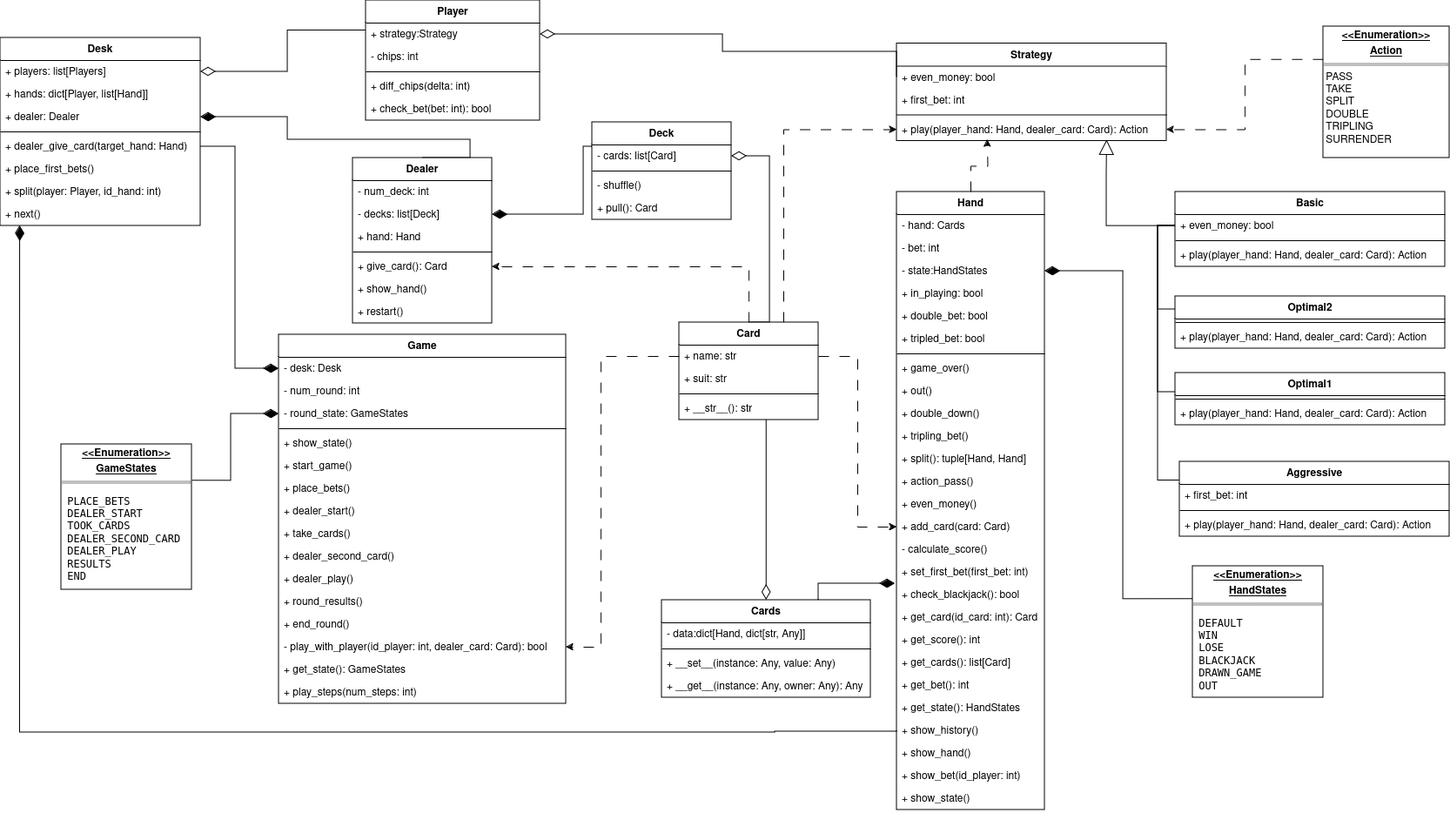
Earlier version of the draw.io export project/game/docs/UML.png (maxscherbakov/spbu-python-course). Source tidied: cells renumbered, new cells last; positions are measured from the earlier drawing's top-left corner, leaving out a move shared by most shapes.
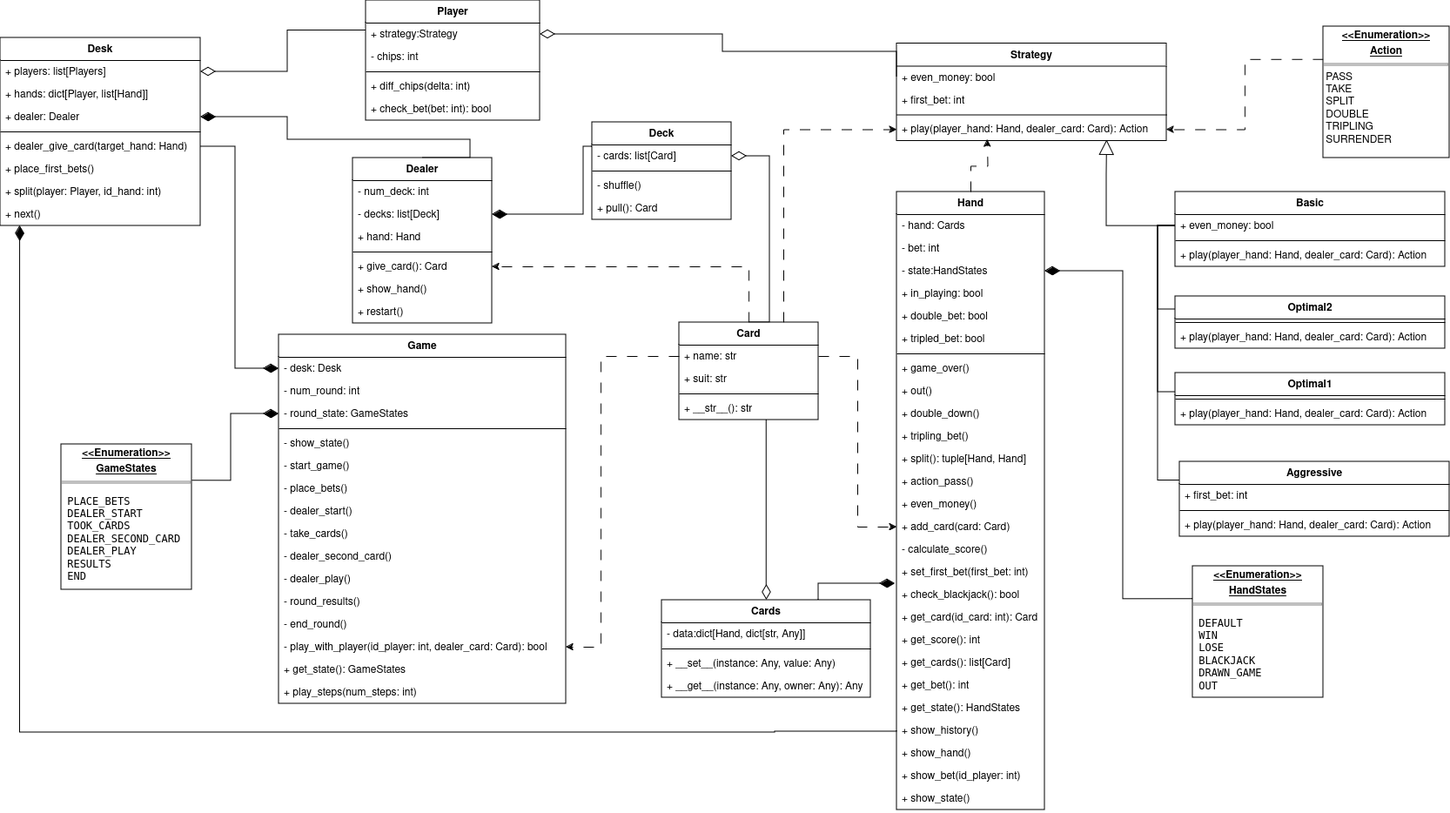
Above is the later version.

Commit message:
made class methods private

The edit, as a diff of the source:
```diff
@@ -275,31 +275,31 @@
     <mxCell id="84" style="line;strokeWidth=1;fillColor=none;align=left;verticalAlign=middle;spacingTop=-1;spacingLeft=3;spacingRight=3;labelPosition=right;strokeColor=inherit;" parent="80" vertex="1">
       <mxGeometry y="104" width="330" height="8" as="geometry" />
     </mxCell>
-    <mxCell id="85" value="+ show_state()" style="text;strokeColor=none;fillColor=none;align=left;verticalAlign=top;spacingLeft=4;spacingRight=4;overflow=hidden;whiteSpace=wrap;html=1;" parent="80" vertex="1">
+    <mxCell id="85" value="- show_state()" style="text;strokeColor=none;fillColor=none;align=left;verticalAlign=top;spacingLeft=4;spacingRight=4;overflow=hidden;whiteSpace=wrap;html=1;" parent="80" vertex="1">
       <mxGeometry y="112" width="330" height="26" as="geometry" />
     </mxCell>
-    <mxCell id="86" value="+ start_game()" style="text;strokeColor=none;fillColor=none;align=left;verticalAlign=top;spacingLeft=4;spacingRight=4;overflow=hidden;whiteSpace=wrap;html=1;" parent="80" vertex="1">
+    <mxCell id="86" value="- start_game()" style="text;strokeColor=none;fillColor=none;align=left;verticalAlign=top;spacingLeft=4;spacingRight=4;overflow=hidden;whiteSpace=wrap;html=1;" parent="80" vertex="1">
       <mxGeometry y="138" width="330" height="26" as="geometry" />
     </mxCell>
-    <mxCell id="87" value="+ place_bets()" style="text;strokeColor=none;fillColor=none;align=left;verticalAlign=top;spacingLeft=4;spacingRight=4;overflow=hidden;whiteSpace=wrap;html=1;" parent="80" vertex="1">
+    <mxCell id="87" value="- place_bets()" style="text;strokeColor=none;fillColor=none;align=left;verticalAlign=top;spacingLeft=4;spacingRight=4;overflow=hidden;whiteSpace=wrap;html=1;" parent="80" vertex="1">
       <mxGeometry y="164" width="330" height="26" as="geometry" />
     </mxCell>
-    <mxCell id="88" value="+ dealer_start()" style="text;strokeColor=none;fillColor=none;align=left;verticalAlign=top;spacingLeft=4;spacingRight=4;overflow=hidden;whiteSpace=wrap;html=1;" parent="80" vertex="1">
+    <mxCell id="88" value="- dealer_start()" style="text;strokeColor=none;fillColor=none;align=left;verticalAlign=top;spacingLeft=4;spacingRight=4;overflow=hidden;whiteSpace=wrap;html=1;" parent="80" vertex="1">
       <mxGeometry y="190" width="330" height="26" as="geometry" />
     </mxCell>
-    <mxCell id="89" value="+ take_cards()" style="text;strokeColor=none;fillColor=none;align=left;verticalAlign=top;spacingLeft=4;spacingRight=4;overflow=hidden;whiteSpace=wrap;html=1;" parent="80" vertex="1">
+    <mxCell id="89" value="- take_cards()" style="text;strokeColor=none;fillColor=none;align=left;verticalAlign=top;spacingLeft=4;spacingRight=4;overflow=hidden;whiteSpace=wrap;html=1;" parent="80" vertex="1">
       <mxGeometry y="216" width="330" height="26" as="geometry" />
     </mxCell>
-    <mxCell id="90" value="+ dealer_second_card()" style="text;strokeColor=none;fillColor=none;align=left;verticalAlign=top;spacingLeft=4;spacingRight=4;overflow=hidden;whiteSpace=wrap;html=1;" parent="80" vertex="1">
+    <mxCell id="90" value="- dealer_second_card()" style="text;strokeColor=none;fillColor=none;align=left;verticalAlign=top;spacingLeft=4;spacingRight=4;overflow=hidden;whiteSpace=wrap;html=1;" parent="80" vertex="1">
       <mxGeometry y="242" width="330" height="26" as="geometry" />
     </mxCell>
-    <mxCell id="91" value="+ dealer_play()" style="text;strokeColor=none;fillColor=none;align=left;verticalAlign=top;spacingLeft=4;spacingRight=4;overflow=hidden;whiteSpace=wrap;html=1;" parent="80" vertex="1">
+    <mxCell id="91" value="- dealer_play()" style="text;strokeColor=none;fillColor=none;align=left;verticalAlign=top;spacingLeft=4;spacingRight=4;overflow=hidden;whiteSpace=wrap;html=1;" parent="80" vertex="1">
       <mxGeometry y="268" width="330" height="26" as="geometry" />
     </mxCell>
-    <mxCell id="92" value="+ round_results()" style="text;strokeColor=none;fillColor=none;align=left;verticalAlign=top;spacingLeft=4;spacingRight=4;overflow=hidden;whiteSpace=wrap;html=1;" parent="80" vertex="1">
+    <mxCell id="92" value="- round_results()" style="text;strokeColor=none;fillColor=none;align=left;verticalAlign=top;spacingLeft=4;spacingRight=4;overflow=hidden;whiteSpace=wrap;html=1;" parent="80" vertex="1">
       <mxGeometry y="294" width="330" height="26" as="geometry" />
     </mxCell>
-    <mxCell id="93" value="+ end_round()" style="text;strokeColor=none;fillColor=none;align=left;verticalAlign=top;spacingLeft=4;spacingRight=4;overflow=hidden;whiteSpace=wrap;html=1;" parent="80" vertex="1">
+    <mxCell id="93" value="- end_round()" style="text;strokeColor=none;fillColor=none;align=left;verticalAlign=top;spacingLeft=4;spacingRight=4;overflow=hidden;whiteSpace=wrap;html=1;" parent="80" vertex="1">
       <mxGeometry y="320" width="330" height="26" as="geometry" />
     </mxCell>
     <mxCell id="94" value="- play_with_player(id_player: int, dealer_card: Card): bool" style="text;strokeColor=none;fillColor=none;align=left;verticalAlign=top;spacingLeft=4;spacingRight=4;overflow=hidden;points=[[0,0.5],[1,0.5]];portConstraint=eastwest;whiteSpace=wrap;html=1;" parent="80" vertex="1">
```
